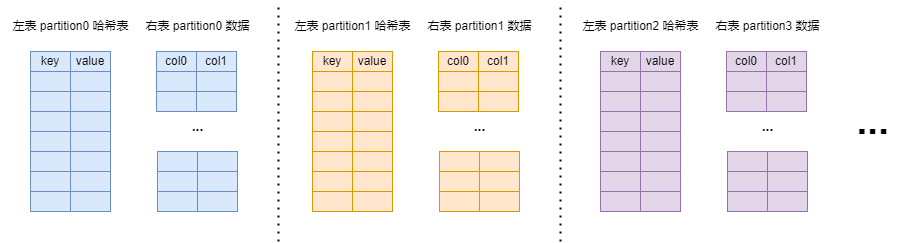
systemxlabs/systemxlabs.github.io keeps this draw.io diagram as content/blog/2025-01-13-datafusion-hash-join/datafusion-hash-join-partitioned-stream.drawio.png. Above is the earlier version. Source tidied: cells renumbered, new cells last; positions are measured from the earlier drawing's top-left corner, leaving out a move shared by most shapes.
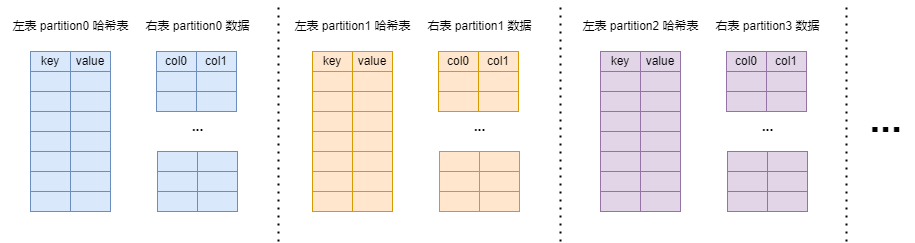
After the commit.

What changed in the source:
```diff
@@ -282,7 +282,7 @@
       <mxGeometry x="747" y="110" width="40" height="30" as="geometry" />
     </mxCell>
     <mxCell id="95" value="&lt;span style=&quot;font-size: 39px;&quot;&gt;&lt;font style=&quot;font-size: 39px;&quot;&gt;...&lt;/font&gt;&lt;/span&gt;" style="text;html=1;align=center;verticalAlign=middle;strokeColor=none;fillColor=none;fontSize=39;fontStyle=1;" parent="1" vertex="1">
-      <mxGeometry x="842" y="90" width="60" height="60" as="geometry" />
+      <mxGeometry x="855" y="88" width="60" height="60" as="geometry" />
     </mxCell>
     <mxCell id="96" style="endArrow=none;dashed=1;html=1;dashPattern=1 3;strokeWidth=2;rounded=0;" parent="1" edge="1">
       <mxGeometry relative="1" as="geometry">
@@ -296,5 +296,11 @@
         <mxPoint x="560" as="targetPoint" />
       </mxGeometry>
     </mxCell>
+    <mxCell id="98" style="endArrow=none;dashed=1;html=1;dashPattern=1 3;strokeWidth=2;rounded=0;" parent="1" edge="1">
+      <mxGeometry relative="1" as="geometry">
+        <mxPoint x="846" y="240" as="sourcePoint" />
+        <mxPoint x="846" as="targetPoint" />
+      </mxGeometry>
+    </mxCell>
   </root>
 </mxGraphModel>
```
